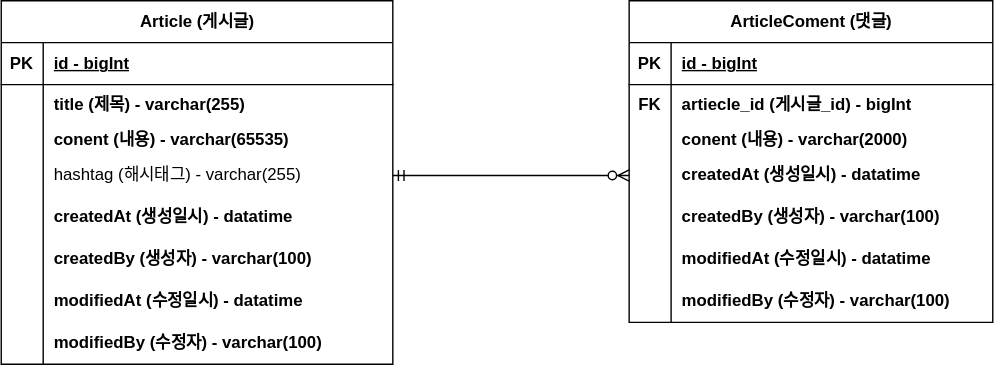
Above: project-board-erd.svg in YouDongH/fastcampus-project-board (draw.io), before the change. Source tidied: cells renumbered, new cells last; positions are measured from the earlier drawing's top-left corner, leaving out a move shared by most shapes.
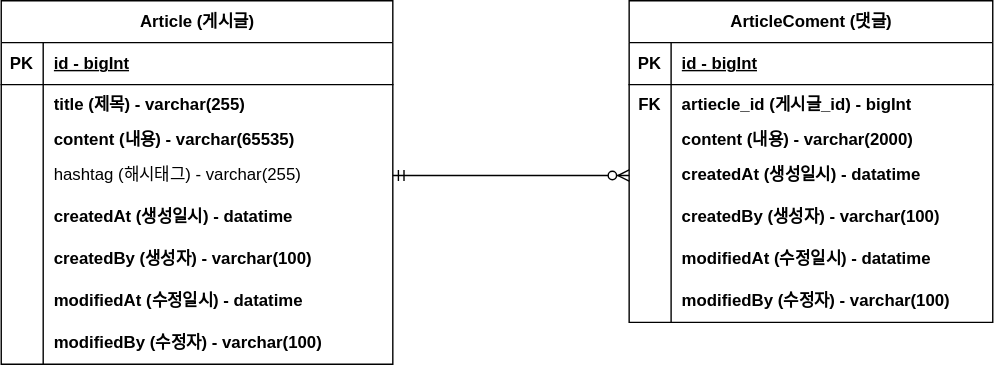
The same diagram one commit later.

The edit, as a diff of the source:
```diff
@@ -29,7 +29,7 @@
     <mxCell id="10" style="shape=partialRectangle;fillColor=none;top=0;left=0;bottom=0;right=0;overflow=hidden;whiteSpace=wrap;html=1;" parent="9" vertex="1">
       <mxGeometry width="30" height="20" as="geometry" />
     </mxCell>
-    <mxCell id="11" value="conent (내용)&amp;nbsp;- varchar(65535)" style="shape=partialRectangle;fillColor=none;top=0;left=0;bottom=0;right=0;align=left;spacingLeft=6;overflow=hidden;whiteSpace=wrap;html=1;fontStyle=1;" parent="9" vertex="1">
+    <mxCell id="11" value="content (내용)&amp;nbsp;- varchar(65535)" style="shape=partialRectangle;fillColor=none;top=0;left=0;bottom=0;right=0;align=left;spacingLeft=6;overflow=hidden;whiteSpace=wrap;html=1;fontStyle=1;" parent="9" vertex="1">
       <mxGeometry x="30" width="250" height="20" as="geometry" />
     </mxCell>
     <mxCell id="12" style="shape=tableRow;horizontal=0;startSize=0;swimlaneHead=0;swimlaneBody=0;fillColor=none;points=[[0,0.5],[1,0.5]];portConstraint=eastwest;top=0;left=0;right=0;bottom=0;" parent="2" vertex="1">
@@ -104,7 +104,7 @@
     <mxCell id="35" style="shape=partialRectangle;fillColor=none;top=0;left=0;bottom=0;right=0;overflow=hidden;whiteSpace=wrap;html=1;" parent="34" vertex="1">
       <mxGeometry width="30" height="20" as="geometry" />
     </mxCell>
-    <mxCell id="36" value="conent (내용)&amp;nbsp;- varchar(2000)" style="shape=partialRectangle;fillColor=none;top=0;left=0;bottom=0;right=0;align=left;spacingLeft=6;overflow=hidden;whiteSpace=wrap;html=1;fontStyle=1;" parent="34" vertex="1">
+    <mxCell id="36" value="content (내용)&amp;nbsp;- varchar(2000)" style="shape=partialRectangle;fillColor=none;top=0;left=0;bottom=0;right=0;align=left;spacingLeft=6;overflow=hidden;whiteSpace=wrap;html=1;fontStyle=1;" parent="34" vertex="1">
       <mxGeometry x="30" width="230" height="20" as="geometry" />
     </mxCell>
     <mxCell id="37" style="shape=tableRow;horizontal=0;startSize=0;swimlaneHead=0;swimlaneBody=0;fillColor=none;points=[[0,0.5],[1,0.5]];portConstraint=eastwest;top=0;left=0;right=0;bottom=0;" parent="27" vertex="1">
```
